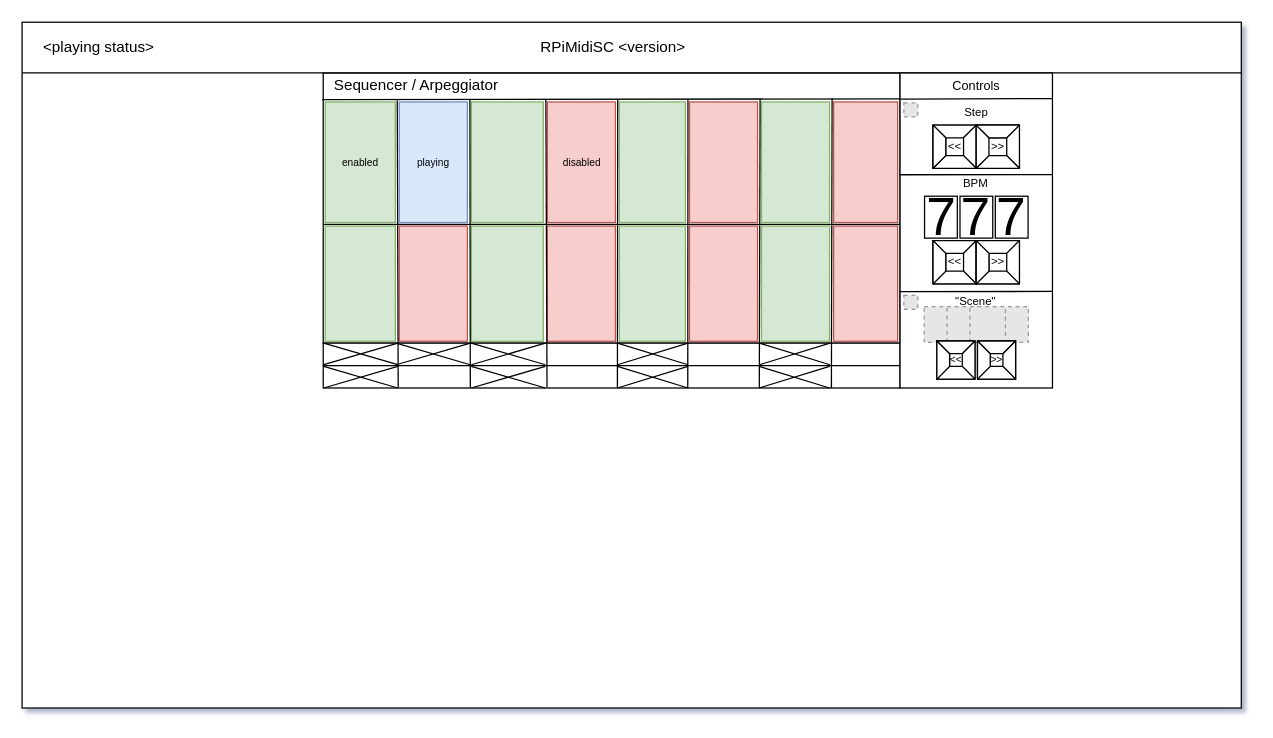
The draw.io diagram ProjectManagement/RPiMidiSC-ui-mockup.drawio in Niiisse/RPiMidiSC, before the edit. Source tidied: cells renumbered, new cells numbered last; positions are measured from the earlier drawing's top-left corner, leaving out a move shared by most shapes. Both pictures are drawn from the tidied source at 127%, with x=0, y=0 at pixel (22, 22). Pictures stored in the file or linked from it are replaced by grey dashed boxes.
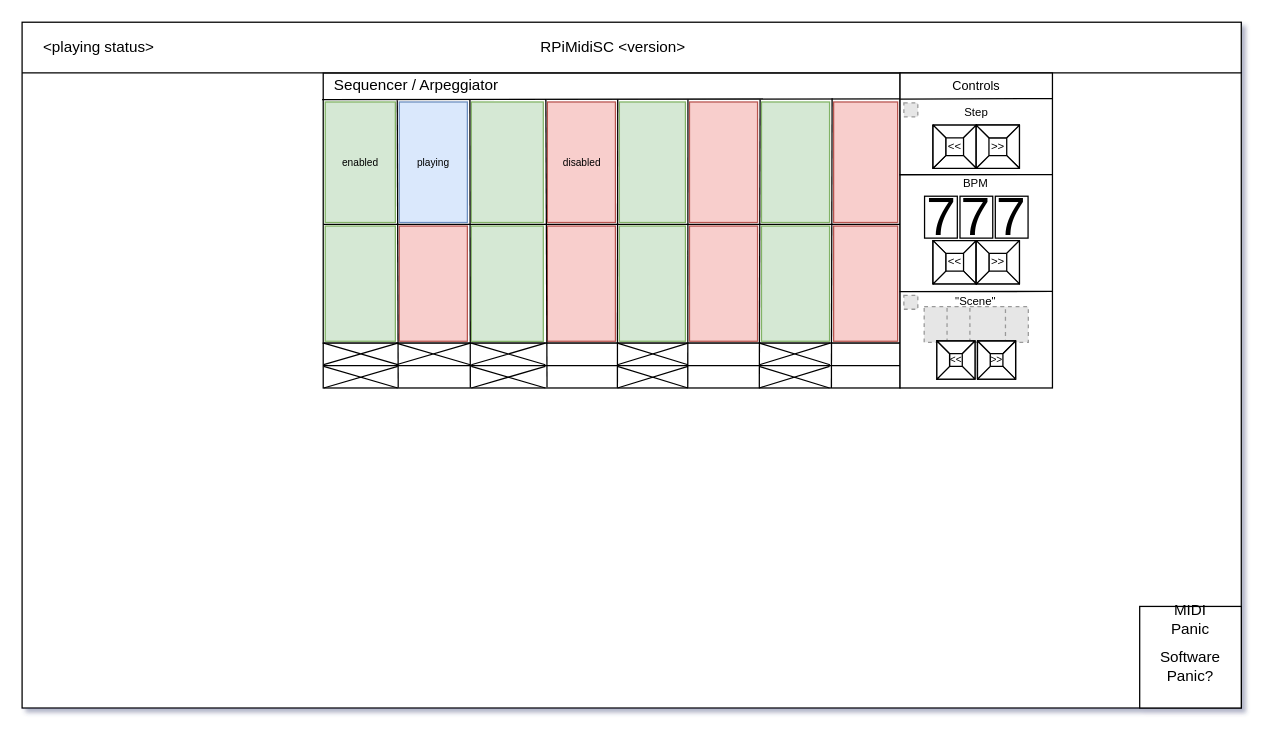
After the change.

Diff of the diagram source:
```diff
@@
+    <mxCell id="69" value="&lt;br&gt;Software&lt;br&gt;Panic?" style="whiteSpace=wrap;html=1;" parent="1" vertex="1">
+      <mxGeometry x="879.9" y="460" width="80" height="80" as="geometry" />
+    </mxCell>
+    <mxCell id="70" value="MIDI Panic" style="text;html=1;strokeColor=none;fillColor=none;align=center;verticalAlign=middle;whiteSpace=wrap;rounded=0;" parent="1" vertex="1">
+      <mxGeometry x="899.9" y="460" width="40" height="20" as="geometry" />
+    </mxCell>
```
